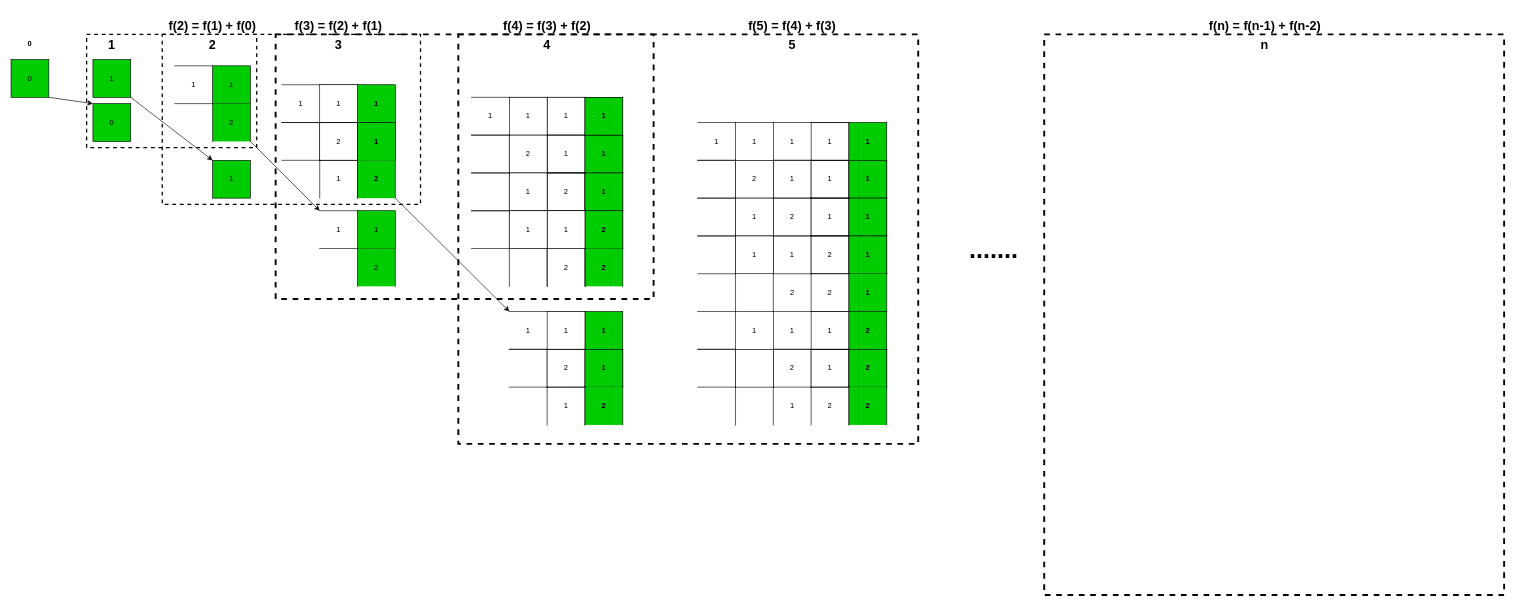
This is 爬梯子.drawio from ChrisFynnWang/algorithm, a draw.io file, before an edit. Source tidied: cells renumbered, new cells numbered last; positions are measured from the earlier drawing's top-left corner, leaving out a move shared by most shapes. Both pictures are drawn from the tidied source at 63%, with x=0, y=0 at pixel (11, 15).
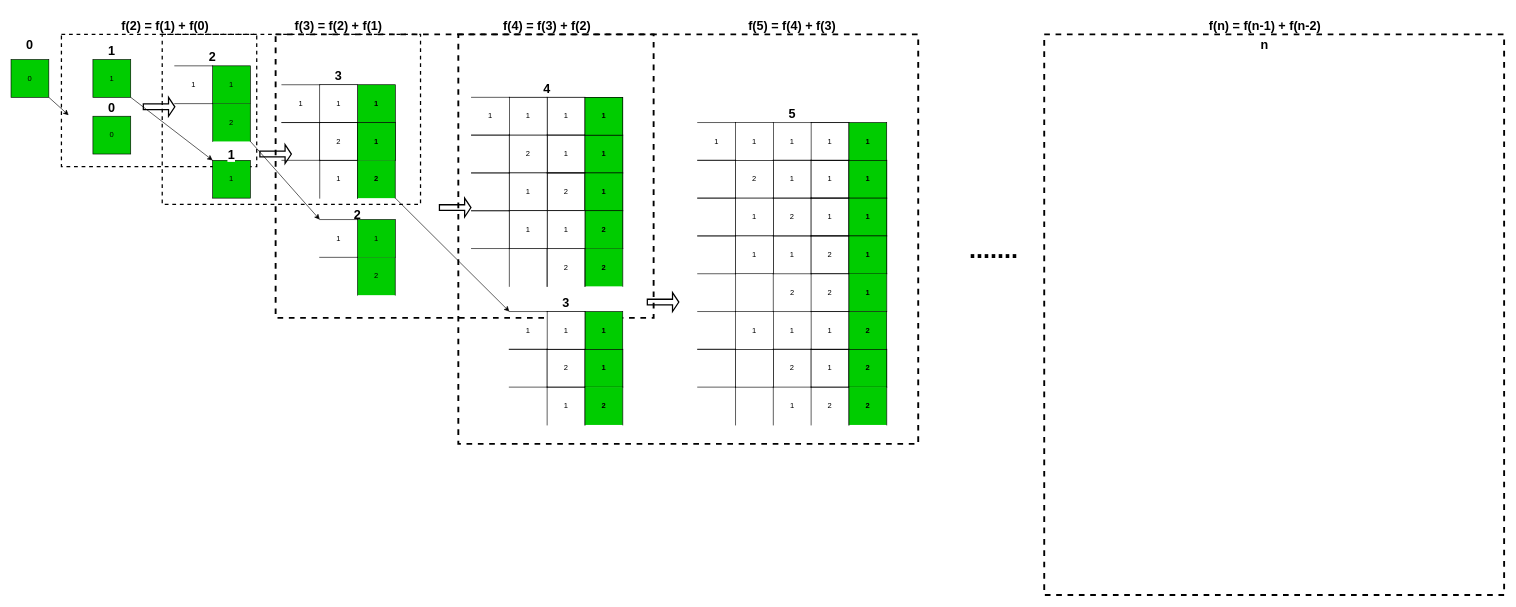
After the change.

Commit message:
更新爬梯子.drawio

The change refers to these unchanged cells:
```xml
<mxCell id="9" value="2" style="shape=partialRectangle;whiteSpace=wrap;html=1;top=0;bottom=0;fillColor=#00CC00;fontStyle=0;" parent="6" vertex="1">
  <mxGeometry x="60" y="60" width="60" height="60" as="geometry" />
</mxCell>
<mxCell id="75" style="group;" parent="1" vertex="1">
  <mxGeometry x="260" y="230" width="120" height="120" as="geometry" />
</mxCell>
<mxCell id="79" value="1" style="shape=partialRectangle;whiteSpace=wrap;html=1;left=0;right=0;fillColor=none;" parent="77" vertex="1">
  <mxGeometry width="60" height="60" as="geometry" />
</mxCell>
<mxCell id="81" style="group;" parent="1" vertex="1">
  <mxGeometry x="90" y="60" width="120" height="140" as="geometry" />
</mxCell>
<mxCell id="84" style="group;" parent="1" vertex="1">
  <mxGeometry x="851" y="470" width="120" height="180" as="geometry" />
</mxCell>
```

Change to the diagram source:
```diff
@@
     <mxCell id="2" style="rounded=0;whiteSpace=wrap;html=1;labelBackgroundColor=#FFFFFF;fontColor=#000000;fillColor=none;shadow=0;dashed=1;strokeWidth=2;" parent="1" vertex="1">
-      <mxGeometry x="120" y="30" width="270" height="180" as="geometry" />
+      <mxGeometry x="80" y="30" width="310" height="210" as="geometry" />
     </mxCell>
@@
     <mxCell id="4" style="rounded=0;whiteSpace=wrap;html=1;labelBackgroundColor=#FFFFFF;fontColor=#000000;fillColor=none;shadow=0;dashed=1;strokeWidth=3;" parent="1" vertex="1">
-      <mxGeometry x="420" y="30" width="600" height="420" as="geometry" />
+      <mxGeometry x="420" y="30" width="600" height="450" as="geometry" />
     </mxCell>
@@
     <mxCell id="10" style="group;" parent="1" vertex="1">
-      <mxGeometry x="490" y="110" width="120" height="210" as="geometry" />
+      <mxGeometry x="490" y="110" width="120" height="220" as="geometry" />
     </mxCell>
@@
     <mxCell id="14" style="group;" parent="10" vertex="1">
-      <mxGeometry x="-60" width="140" height="210" as="geometry" />
+      <mxGeometry x="-60" width="150" height="220" as="geometry" />
     </mxCell>
@@
+    <mxCell id="195" value="&lt;b&gt;&lt;font style=&quot;font-size: 20px&quot;&gt;2&lt;/font&gt;&lt;/b&gt;" style="text;html=1;strokeColor=none;fillColor=none;align=center;verticalAlign=middle;whiteSpace=wrap;rounded=0;labelBackgroundColor=#FFFFFF;fontColor=#000000;" parent="14" vertex="1">
+      <mxGeometry x="90" y="190" width="60" height="30" as="geometry" />
+    </mxCell>
@@
+    <mxCell id="196" value="&lt;b&gt;&lt;font style=&quot;font-size: 20px&quot;&gt;1&lt;/font&gt;&lt;/b&gt;" style="text;html=1;strokeColor=none;fillColor=none;align=center;verticalAlign=middle;whiteSpace=wrap;rounded=0;labelBackgroundColor=#FFFFFF;fontColor=#000000;" parent="75" vertex="1">
+      <mxGeometry x="60" y="-25" width="60" height="30" as="geometry" />
+    </mxCell>
     <mxCell id="77" style="group;" parent="1" vertex="1">
-      <mxGeometry x="490" y="310" width="120" height="120" as="geometry" />
+      <mxGeometry x="490" y="324" width="120" height="120" as="geometry" />
     </mxCell>
@@
     <mxCell id="83" value="0" style="whiteSpace=wrap;html=1;fillColor=#00CC00;" parent="81" vertex="1">
-      <mxGeometry x="40" y="80" width="60" height="60" as="geometry" />
+      <mxGeometry x="40" y="100" width="60" height="60" as="geometry" />
     </mxCell>
@@
+    <mxCell id="197" value="&lt;span&gt;&lt;font style=&quot;font-size: 20px&quot;&gt;3&lt;/font&gt;&lt;br&gt;&lt;/span&gt;" style="text;html=1;strokeColor=none;fillColor=none;align=center;verticalAlign=middle;whiteSpace=wrap;rounded=0;labelBackgroundColor=#FFFFFF;fontColor=#000000;fontStyle=1;" parent="84" vertex="1">
+      <mxGeometry y="-30" width="60" height="30" as="geometry" />
+    </mxCell>
@@
-    <mxCell id="176" style="edgeStyle=none;rounded=0;jettySize=auto;html=1;exitX=1;exitY=1;exitDx=0;exitDy=0;fontColor=#000000;" parent="1" edge="1" source="9">
-      <mxGeometry relative="1" as="geometry">
-        <mxPoint x="490" y="310" as="targetPoint" />
-      </mxGeometry>
+    <mxCell id="176" style="edgeStyle=none;rounded=0;jettySize=auto;html=1;exitX=1;exitY=1;exitDx=0;exitDy=0;fontColor=#000000;entryX=0;entryY=0;entryDx=0;entryDy=0;" parent="1" edge="1" source="9" target="79">
+      <mxGeometry relative="1" as="geometry" />
     </mxCell>
@@
-    <mxCell id="178" value="&lt;b&gt;&lt;font style=&quot;font-size: 20px&quot;&gt;1&lt;/font&gt;&lt;/b&gt;" style="text;html=1;strokeColor=none;fillColor=none;align=center;verticalAlign=middle;whiteSpace=wrap;rounded=0;labelBackgroundColor=#FFFFFF;fontColor=#000000;" parent="1" vertex="1">
-      <mxGeometry x="130" y="30" width="60" height="30" as="geometry" />
-    </mxCell>
     <mxCell id="179" value="&lt;b&gt;&lt;font style=&quot;font-size: 20px&quot;&gt;2&lt;/font&gt;&lt;/b&gt;" style="text;html=1;strokeColor=none;fillColor=none;align=center;verticalAlign=middle;whiteSpace=wrap;rounded=0;labelBackgroundColor=#FFFFFF;fontColor=#000000;" parent="1" vertex="1">
-      <mxGeometry x="290" y="30" width="60" height="30" as="geometry" />
+      <mxGeometry x="290" y="50" width="60" height="30" as="geometry" />
     </mxCell>
-    <mxCell id="180" value="&lt;b&gt;&lt;font style=&quot;font-size: 20px&quot;&gt;3&lt;/font&gt;&lt;br&gt;&lt;/b&gt;" style="text;html=1;strokeColor=none;fillColor=none;align=center;verticalAlign=middle;whiteSpace=wrap;rounded=0;labelBackgroundColor=#FFFFFF;fontColor=#000000;" parent="1" vertex="1">
-      <mxGeometry x="490" y="30" width="60" height="30" as="geometry" />
+    <mxCell id="180" value="&lt;span&gt;&lt;font style=&quot;font-size: 20px&quot;&gt;3&lt;/font&gt;&lt;br&gt;&lt;/span&gt;" style="text;html=1;strokeColor=none;fillColor=none;align=center;verticalAlign=middle;whiteSpace=wrap;rounded=0;labelBackgroundColor=#FFFFFF;fontColor=#000000;fontStyle=1;" parent="1" vertex="1">
+      <mxGeometry x="490" y="80" width="60" height="30" as="geometry" />
     </mxCell>
     <mxCell id="181" value="&lt;b&gt;&lt;font style=&quot;font-size: 20px&quot;&gt;4&lt;/font&gt;&lt;/b&gt;" style="text;html=1;strokeColor=none;fillColor=none;align=center;verticalAlign=middle;whiteSpace=wrap;rounded=0;labelBackgroundColor=#FFFFFF;fontColor=#000000;" parent="1" vertex="1">
-      <mxGeometry x="821" y="30" width="60" height="30" as="geometry" />
+      <mxGeometry x="821" y="100" width="60" height="30" as="geometry" />
     </mxCell>
     <mxCell id="182" value="&lt;b style=&quot;font-size: 20px;&quot;&gt;5&lt;/b&gt;" style="text;html=1;strokeColor=none;fillColor=none;align=center;verticalAlign=middle;whiteSpace=wrap;rounded=0;labelBackgroundColor=#FFFFFF;fontColor=#000000;fontSize=20;" parent="1" vertex="1">
-      <mxGeometry x="1210" y="30" width="60" height="30" as="geometry" />
+      <mxGeometry x="1210" y="140" width="60" height="30" as="geometry" />
     </mxCell>
@@
-    <mxCell id="185" value="&lt;b&gt;0&lt;/b&gt;" style="text;html=1;strokeColor=none;fillColor=none;align=center;verticalAlign=middle;whiteSpace=wrap;rounded=0;labelBackgroundColor=#FFFFFF;fontColor=#000000;" parent="1" vertex="1">
+    <mxCell id="185" value="&lt;b style=&quot;font-size: 20px;&quot;&gt;0&lt;/b&gt;" style="text;html=1;strokeColor=none;fillColor=none;align=center;verticalAlign=middle;whiteSpace=wrap;rounded=0;labelBackgroundColor=#FFFFFF;fontColor=#000000;fontSize=20;" parent="1" vertex="1">
       <mxGeometry y="30" width="60" height="30" as="geometry" />
     </mxCell>
     <mxCell id="186" value="f(2) = f(1) + f(0)" style="text;html=1;strokeColor=none;fillColor=none;align=center;verticalAlign=middle;whiteSpace=wrap;rounded=0;shadow=0;dashed=1;labelBackgroundColor=#FFFFFF;fontColor=#000000;fontStyle=1;fontSize=20;" parent="1" vertex="1">
-      <mxGeometry x="245" width="150" height="30" as="geometry" />
+      <mxGeometry x="170" width="150" height="30" as="geometry" />
     </mxCell>
@@
+    <mxCell id="198" value="&lt;b style=&quot;font-size: 20px;&quot;&gt;0&lt;/b&gt;" style="text;html=1;strokeColor=none;fillColor=none;align=center;verticalAlign=middle;whiteSpace=wrap;rounded=0;labelBackgroundColor=#FFFFFF;fontColor=#000000;fontSize=20;" parent="1" vertex="1">
+      <mxGeometry x="130" y="130" width="60" height="30" as="geometry" />
+    </mxCell>
+    <mxCell id="178" value="&lt;b&gt;&lt;font style=&quot;font-size: 20px&quot;&gt;1&lt;/font&gt;&lt;/b&gt;" style="text;html=1;strokeColor=none;fillColor=none;align=center;verticalAlign=middle;whiteSpace=wrap;rounded=0;labelBackgroundColor=#FFFFFF;fontColor=#000000;" parent="1" vertex="1">
+      <mxGeometry x="130" y="40" width="60" height="30" as="geometry" />
+    </mxCell>
+    <mxCell id="199" style="shape=singleArrow;whiteSpace=wrap;html=1;shadow=0;labelBackgroundColor=#FFFFFF;fontSize=30;fontColor=#000000;strokeWidth=2;fillColor=none;" parent="1" vertex="1">
+      <mxGeometry x="1010" y="440" width="50" height="30" as="geometry" />
+    </mxCell>
+    <mxCell id="200" style="shape=singleArrow;whiteSpace=wrap;html=1;shadow=0;labelBackgroundColor=#FFFFFF;fontSize=30;fontColor=#000000;strokeWidth=2;fillColor=none;" parent="1" vertex="1">
+      <mxGeometry x="210" y="130" width="50" height="30" as="geometry" />
+    </mxCell>
+    <mxCell id="201" style="shape=singleArrow;whiteSpace=wrap;html=1;shadow=0;labelBackgroundColor=#FFFFFF;fontSize=30;fontColor=#000000;strokeWidth=2;fillColor=none;" parent="1" vertex="1">
+      <mxGeometry x="395" y="205" width="50" height="30" as="geometry" />
+    </mxCell>
+    <mxCell id="202" style="shape=singleArrow;whiteSpace=wrap;html=1;shadow=0;labelBackgroundColor=#FFFFFF;fontSize=30;fontColor=#000000;strokeWidth=2;fillColor=none;" parent="1" vertex="1">
+      <mxGeometry x="680" y="290" width="50" height="30" as="geometry" />
+    </mxCell>
```
